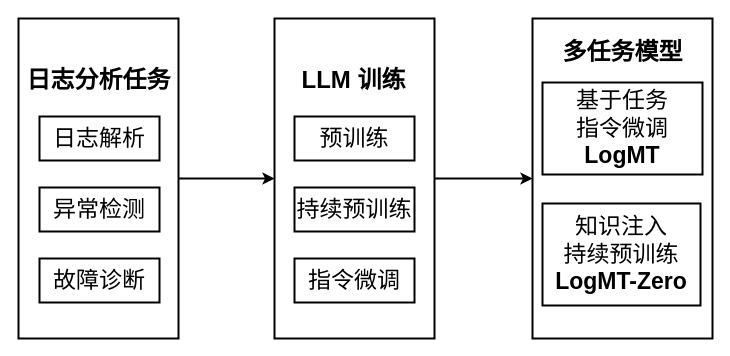
Before: Figures/fig2.drawio in J-York/GraduationThesis, a draw.io diagram. Source tidied: cells renumbered, new cells numbered last; positions are measured from the earlier drawing's top-left corner, leaving out a move shared by most shapes. Both pictures are drawn from the tidied source at 100%, with x=0, y=0 at pixel (17, 18).
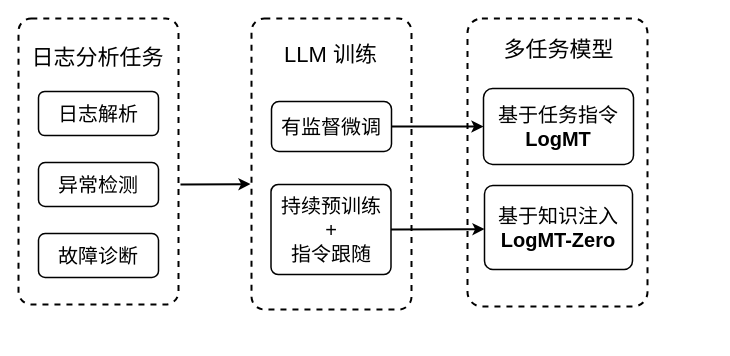
The same page after the edit.

Diff of the diagram source:
```diff
@@
 <mxGraphModel>
   <root>
     <mxCell id="0" />
     <mxCell id="1" parent="0" />
-    <mxCell id="2" style="rounded=0;whiteSpace=wrap;html=1;strokeWidth=2;shadow=0;arcSize=8;" parent="1" vertex="1">
-      <mxGeometry x="1" width="160" height="320" as="geometry" />
+    <mxCell id="2" style="rounded=1;whiteSpace=wrap;html=1;strokeWidth=2;shadow=0;arcSize=8;fontFamily=Helvetica;labelBorderColor=none;textShadow=0;dashed=1;" parent="1" vertex="1">
+      <mxGeometry x="1" width="160" height="286" as="geometry" />
     </mxCell>
-    <mxCell id="3" value="&lt;font style=&quot;font-size: 24px;&quot;&gt;&lt;b style=&quot;&quot;&gt;日志分析任务&lt;/b&gt;&lt;/font&gt;" style="text;html=1;align=center;verticalAlign=middle;whiteSpace=wrap;rounded=0;shadow=0;" parent="1" vertex="1">
-      <mxGeometry x="0.5" y="47" width="161" height="30" as="geometry" />
+    <mxCell id="3" value="&lt;font style=&quot;font-size: 22px;&quot;&gt;日志分析任务&lt;/font&gt;" style="text;html=1;align=center;verticalAlign=middle;whiteSpace=wrap;rounded=0;shadow=0;strokeWidth=2;fontFamily=Helvetica;labelBorderColor=none;textShadow=0;" parent="1" vertex="1">
+      <mxGeometry y="25" width="161" height="30" as="geometry" />
     </mxCell>
-    <mxCell id="4" value="&lt;font style=&quot;font-size: 23px;&quot;&gt;日志解析&lt;/font&gt;" style="rounded=0;whiteSpace=wrap;html=1;strokeWidth=2;shadow=0;" parent="1" vertex="1">
-      <mxGeometry x="22" y="98" width="120" height="44" as="geometry" />
+    <mxCell id="4" value="&lt;font style=&quot;font-size: 20px;&quot;&gt;&lt;font style=&quot;&quot;&gt;日志解&lt;/font&gt;&lt;font style=&quot;&quot;&gt;析&lt;/font&gt;&lt;/font&gt;" style="rounded=1;whiteSpace=wrap;html=1;strokeWidth=1.5;shadow=0;fontFamily=Helvetica;labelBorderColor=none;textShadow=0;arcSize=14;" parent="1" vertex="1">
+      <mxGeometry x="21" y="73" width="120" height="44" as="geometry" />
     </mxCell>
-    <mxCell id="5" value="&lt;font style=&quot;font-size: 23px;&quot;&gt;异常检测&lt;/font&gt;" style="rounded=0;whiteSpace=wrap;html=1;strokeWidth=2;shadow=0;" parent="1" vertex="1">
-      <mxGeometry x="22" y="169" width="120" height="44" as="geometry" />
+    <mxCell id="5" value="&lt;font style=&quot;font-size: 20px;&quot;&gt;异常检测&lt;/font&gt;" style="rounded=1;whiteSpace=wrap;html=1;strokeWidth=1.5;shadow=0;fontFamily=Helvetica;labelBorderColor=none;textShadow=0;" parent="1" vertex="1">
+      <mxGeometry x="21" y="144" width="120" height="44" as="geometry" />
     </mxCell>
-    <mxCell id="6" value="&lt;font style=&quot;font-size: 23px;&quot;&gt;故障诊断&lt;/font&gt;" style="rounded=0;whiteSpace=wrap;html=1;strokeWidth=2;shadow=0;" parent="1" vertex="1">
-      <mxGeometry x="22" y="240" width="120" height="44" as="geometry" />
+    <mxCell id="6" value="&lt;font style=&quot;font-size: 20px;&quot;&gt;故障诊断&lt;/font&gt;" style="rounded=1;whiteSpace=wrap;html=1;strokeWidth=1.5;shadow=0;fontFamily=Helvetica;labelBorderColor=none;textShadow=0;" parent="1" vertex="1">
+      <mxGeometry x="21" y="215" width="120" height="44" as="geometry" />
     </mxCell>
-    <mxCell id="7" style="rounded=0;whiteSpace=wrap;html=1;strokeWidth=2;shadow=0;arcSize=8;" parent="1" vertex="1">
-      <mxGeometry x="257" width="160" height="320" as="geometry" />
+    <mxCell id="7" style="rounded=1;whiteSpace=wrap;html=1;strokeWidth=2;shadow=0;arcSize=8;fontFamily=Helvetica;labelBorderColor=none;textShadow=0;dashed=1;" parent="1" vertex="1">
+      <mxGeometry x="234" width="160" height="291" as="geometry" />
     </mxCell>
-    <mxCell id="8" value="&lt;span style=&quot;font-size: 24px;&quot;&gt;&lt;b&gt;LLM 训练&lt;/b&gt;&lt;/span&gt;" style="text;html=1;align=center;verticalAlign=middle;whiteSpace=wrap;rounded=0;shadow=0;" parent="1" vertex="1">
-      <mxGeometry x="255.5" y="47" width="161" height="30" as="geometry" />
+    <mxCell id="8" value="&lt;font style=&quot;font-size: 22px;&quot;&gt;LLM 训练&lt;/font&gt;" style="text;html=1;align=center;verticalAlign=middle;whiteSpace=wrap;rounded=0;shadow=0;strokeWidth=2;fontFamily=Helvetica;labelBorderColor=none;textShadow=0;" parent="1" vertex="1">
+      <mxGeometry x="233" y="22" width="161" height="30" as="geometry" />
     </mxCell>
-    <mxCell id="9" value="&lt;span style=&quot;font-size: 23px;&quot;&gt;预训练&lt;/span&gt;" style="rounded=0;whiteSpace=wrap;html=1;strokeWidth=2;shadow=0;" parent="1" vertex="1">
-      <mxGeometry x="277" y="98" width="120" height="44" as="geometry" />
-    </mxCell>
-    <mxCell id="10" value="&lt;span style=&quot;font-size: 23px;&quot;&gt;持续预训练&lt;/span&gt;" style="rounded=0;whiteSpace=wrap;html=1;strokeWidth=2;shadow=0;" parent="1" vertex="1">
-      <mxGeometry x="277" y="169" width="120" height="44" as="geometry" />
-    </mxCell>
-    <mxCell id="11" value="&lt;font style=&quot;font-size: 23px;&quot;&gt;指令微调&lt;/font&gt;" style="rounded=0;whiteSpace=wrap;html=1;strokeWidth=2;shadow=0;" parent="1" vertex="1">
-      <mxGeometry x="277" y="240" width="120" height="44" as="geometry" />
-    </mxCell>
-    <mxCell id="12" style="endArrow=classic;html=1;rounded=0;exitX=1;exitY=0.5;exitDx=0;exitDy=0;entryX=0;entryY=0.5;entryDx=0;entryDy=0;strokeWidth=2;shadow=0;" parent="1" edge="1" source="2" target="7">
-      <mxGeometry relative="1" as="geometry" />
-    </mxCell>
-    <mxCell id="13" style="rounded=0;whiteSpace=wrap;html=1;strokeWidth=2;shadow=0;arcSize=8;" parent="1" vertex="1">
-      <mxGeometry x="515" width="180" height="320" as="geometry" />
+    <mxCell id="13" style="rounded=1;whiteSpace=wrap;html=1;strokeWidth=2;shadow=0;arcSize=8;fontFamily=Helvetica;labelBorderColor=none;textShadow=0;glass=0;gradientColor=none;dashed=1;" parent="1" vertex="1">
+      <mxGeometry x="450" width="180" height="288" as="geometry" />
     </mxCell>
-    <mxCell id="14" value="&lt;span style=&quot;font-size: 24px;&quot;&gt;&lt;b&gt;多任务模型&lt;/b&gt;&lt;/span&gt;" style="text;html=1;align=center;verticalAlign=middle;whiteSpace=wrap;rounded=0;shadow=0;" parent="1" vertex="1">
-      <mxGeometry x="524.5" y="19" width="161" height="30" as="geometry" />
+    <mxCell id="14" value="&lt;font style=&quot;font-size: 22px;&quot;&gt;多任务模型&lt;/font&gt;" style="text;html=1;align=center;verticalAlign=middle;whiteSpace=wrap;rounded=0;shadow=0;strokeWidth=2;fontFamily=Helvetica;labelBorderColor=none;textShadow=0;" parent="1" vertex="1">
+      <mxGeometry x="460.5" y="17" width="161" height="30" as="geometry" />
     </mxCell>
-    <mxCell id="15" value="&lt;span style=&quot;font-size: 23px;&quot;&gt;基于任务&lt;/span&gt;&lt;div&gt;&lt;span style=&quot;font-size: 23px;&quot;&gt;指令微调&lt;/span&gt;&lt;div&gt;&lt;span style=&quot;font-size: 23px;&quot;&gt;&lt;b&gt;LogMT&lt;/b&gt;&lt;/span&gt;&lt;/div&gt;&lt;/div&gt;" style="rounded=0;whiteSpace=wrap;html=1;strokeWidth=2;shadow=0;" parent="1" vertex="1">
-      <mxGeometry x="525" y="64" width="160" height="92" as="geometry" />
+    <mxCell id="15" value="&lt;div&gt;&lt;span style=&quot;font-size: 20px;&quot;&gt;基于任务指令&lt;/span&gt;&lt;/div&gt;&lt;div&gt;&lt;b style=&quot;&quot;&gt;&lt;font style=&quot;font-size: 20px;&quot;&gt;LogMT&lt;/font&gt;&lt;/b&gt;&lt;/div&gt;" style="rounded=1;whiteSpace=wrap;html=1;strokeWidth=1.5;shadow=0;fontFamily=Helvetica;labelBorderColor=none;textShadow=0;arcSize=12;" parent="1" vertex="1">
+      <mxGeometry x="466" y="70" width="150" height="76" as="geometry" />
     </mxCell>
-    <mxCell id="16" value="&lt;span style=&quot;font-size: 23px;&quot;&gt;知识注入&lt;/span&gt;&lt;div&gt;&lt;span style=&quot;font-size: 23px;&quot;&gt;持续预训练&lt;br&gt;&lt;/span&gt;&lt;div&gt;&lt;div&gt;&lt;span style=&quot;font-size: 23px;&quot;&gt;&lt;b&gt;LogMT-Zero&lt;/b&gt;&lt;/span&gt;&lt;/div&gt;&lt;/div&gt;&lt;/div&gt;" style="rounded=0;whiteSpace=wrap;html=1;strokeWidth=2;shadow=0;" parent="1" vertex="1">
-      <mxGeometry x="525" y="185" width="158" height="102" as="geometry" />
+    <mxCell id="16" value="&lt;div&gt;&lt;font style=&quot;font-size: 20px;&quot;&gt;基于知识注入&lt;br&gt;&lt;/font&gt;&lt;div&gt;&lt;div&gt;&lt;b style=&quot;&quot;&gt;&lt;font style=&quot;font-size: 20px;&quot;&gt;LogMT-Zero&lt;/font&gt;&lt;/b&gt;&lt;/div&gt;&lt;/div&gt;&lt;/div&gt;" style="rounded=1;whiteSpace=wrap;html=1;strokeWidth=1.5;shadow=0;fontFamily=Helvetica;labelBorderColor=none;textShadow=0;arcSize=10;" parent="1" vertex="1">
+      <mxGeometry x="467" y="167" width="148" height="84" as="geometry" />
     </mxCell>
-    <mxCell id="17" style="endArrow=classic;html=1;rounded=1;exitX=1;exitY=0.5;exitDx=0;exitDy=0;entryX=0;entryY=0.5;entryDx=0;entryDy=0;strokeWidth=2;shadow=0;strokeColor=default;curved=0;jumpStyle=none;" parent="1" edge="1" source="7" target="13">
-      <mxGeometry relative="1" as="geometry" />
-    </mxCell>
+    <mxCell id="18" style="endArrow=classic;html=1;rounded=0;strokeWidth=2;fontFamily=Helvetica;labelBorderColor=none;textShadow=0;shadow=0;" parent="1" edge="1">
+      <mxGeometry relative="1" as="geometry">
+        <mxPoint x="163" y="166" as="sourcePoint" />
+        <mxPoint x="233" y="165.6" as="targetPoint" />
+      </mxGeometry>
+    </mxCell>
+    <mxCell id="19" value="&lt;span style=&quot;font-size: 20px;&quot;&gt;有监督微调&lt;/span&gt;" style="rounded=1;whiteSpace=wrap;html=1;strokeWidth=1.5;shadow=0;fontFamily=Helvetica;labelBorderColor=none;textShadow=0;" parent="1" vertex="1">
+      <mxGeometry x="254" y="83" width="120" height="50" as="geometry" />
+    </mxCell>
+    <mxCell id="20" value="&lt;span style=&quot;font-size: 20px;&quot;&gt;持续预训练&lt;br&gt;+&lt;/span&gt;&lt;div&gt;&lt;span style=&quot;font-size: 20px;&quot;&gt;指令跟随&lt;/span&gt;&lt;/div&gt;" style="rounded=1;whiteSpace=wrap;html=1;strokeWidth=1.5;shadow=0;fontFamily=Helvetica;labelBorderColor=none;textShadow=0;arcSize=8;" parent="1" vertex="1">
+      <mxGeometry x="253.5" y="166" width="120" height="90" as="geometry" />
+    </mxCell>
+    <mxCell id="21" style="endArrow=classic;html=1;rounded=0;strokeWidth=2;exitX=1;exitY=0.5;exitDx=0;exitDy=0;entryX=0;entryY=0.5;entryDx=0;entryDy=0;fontFamily=Helvetica;labelBorderColor=none;textShadow=0;shadow=0;" parent="1" edge="1" source="19" target="15">
+      <mxGeometry relative="1" as="geometry" />
+    </mxCell>
+    <mxCell id="22" style="endArrow=classic;html=1;rounded=0;strokeWidth=2;exitX=1;exitY=0.5;exitDx=0;exitDy=0;fontFamily=Helvetica;labelBorderColor=none;textShadow=0;shadow=0;entryX=0;entryY=0.519;entryDx=0;entryDy=0;entryPerimeter=0;" parent="1" edge="1" source="20" target="16">
+      <mxGeometry relative="1" as="geometry" />
+    </mxCell>
   </root>
 </mxGraphModel>
```
